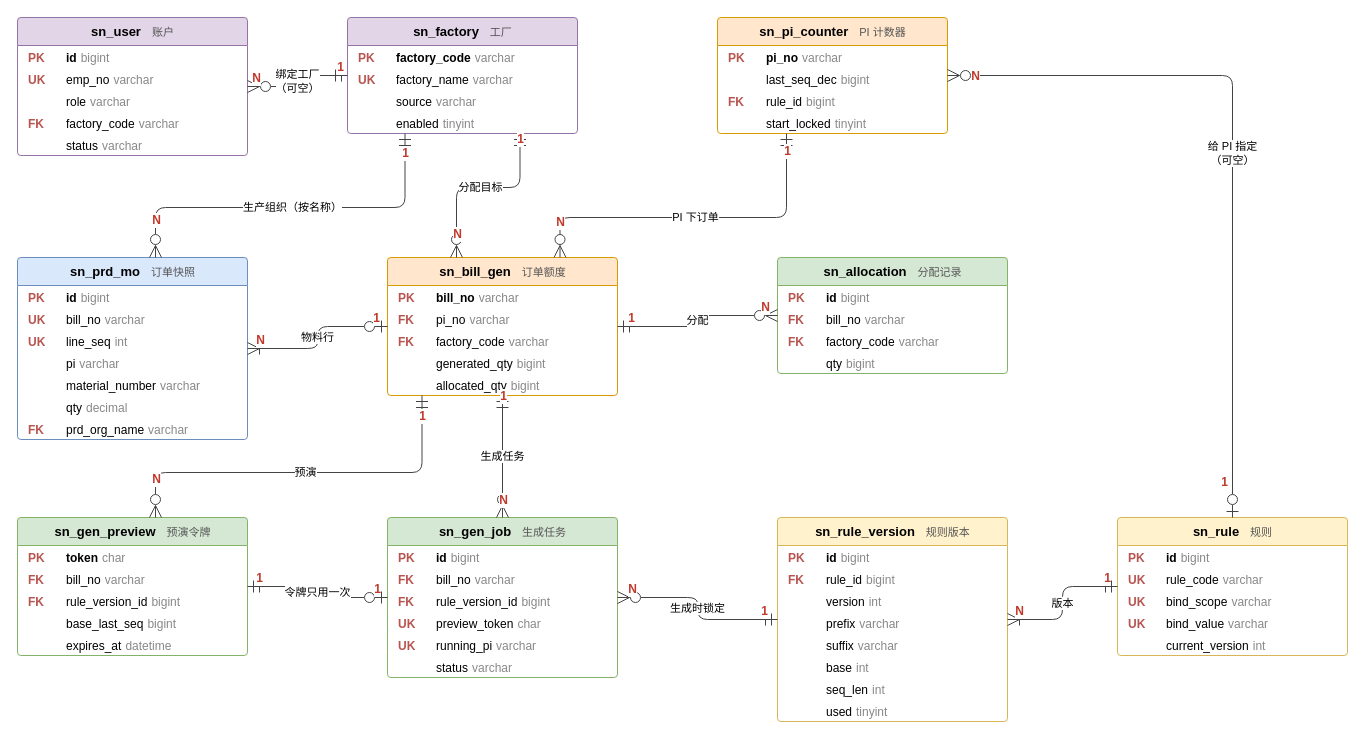
This is docs/images/系统技术方案/fig2-5-er-base.drawio from Createsnow/sn-center, a draw.io file, before an edit. Source tidied: cells renumbered, new cells numbered last; positions are measured from the earlier drawing's top-left corner, leaving out a move shared by most shapes. Both pictures are drawn from the tidied source at 100%, with x=0, y=0 at pixel (17, 17).
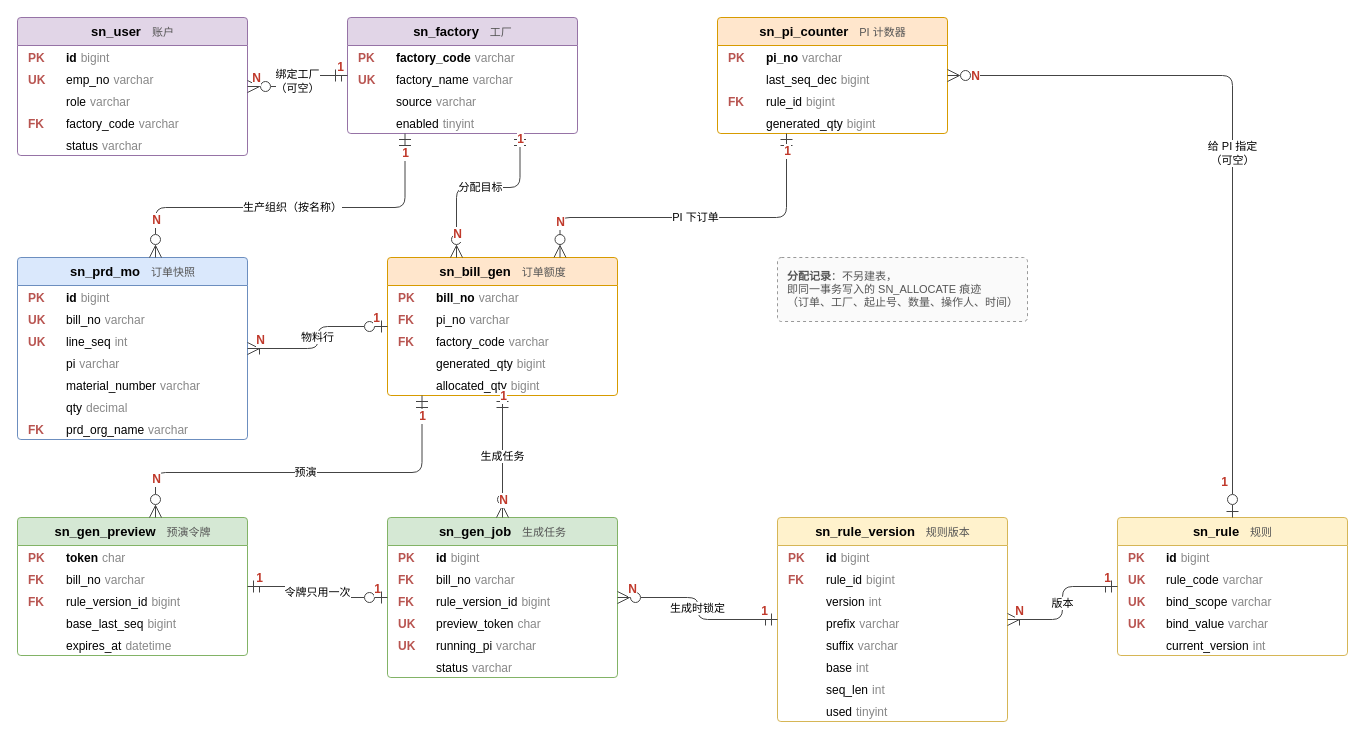
Above is the later version.

Unchanged cells that the change refers to:
```xml
<mxCell id="13" value="&lt;b&gt;sn_pi_counter&lt;/b&gt;&lt;font color=&quot;#555555&quot; style=&quot;font-size:11px&quot;&gt;　PI 计数器&lt;/font&gt;" style="swimlane;fontStyle=0;horizontal=1;startSize=28;html=1;fillColor=#ffe6cc;strokeColor=#d79b00;swimlaneFillColor=#ffffff;rounded=1;arcSize=4;fontSize=13;fontFamily=Microsoft YaHei,PingFang SC,Helvetica,Arial,WenQuanYi Zen Hei,sans-serif;" parent="1" vertex="1">
  <mxGeometry x="700" width="230" height="116" as="geometry" />
</mxCell>
<mxCell id="26" value="&lt;b&gt;sn_bill_gen&lt;/b&gt;&lt;font color=&quot;#555555&quot; style=&quot;font-size:11px&quot;&gt;　订单额度&lt;/font&gt;" style="swimlane;fontStyle=0;horizontal=1;startSize=28;html=1;fillColor=#ffe6cc;strokeColor=#d79b00;swimlaneFillColor=#ffffff;rounded=1;arcSize=4;fontSize=13;fontFamily=Microsoft YaHei,PingFang SC,Helvetica,Arial,WenQuanYi Zen Hei,sans-serif;" parent="1" vertex="1">
  <mxGeometry x="370" y="240" width="230" height="138" as="geometry" />
</mxCell>
```

What changed in the source:
```diff
@@
-    <mxCell id="17" value="&lt;table style=&quot;width:100%;font-size:12px&quot;&gt;&lt;tr&gt;&lt;td style=&quot;width:34px&quot;&gt;&lt;/td&gt;&lt;td&gt;start_locked&lt;/td&gt;&lt;td style=&quot;text-align:right;color:#888888&quot;&gt;tinyint&lt;/td&gt;&lt;/tr&gt;&lt;/table&gt;" style="text;html=1;strokeColor=none;fillColor=none;align=left;verticalAlign=middle;spacingLeft=6;spacingRight=6;overflow=hidden;fontSize=12;fontFamily=Microsoft YaHei,PingFang SC,Helvetica,Arial,WenQuanYi Zen Hei,sans-serif;" parent="13" vertex="1">
+    <mxCell id="17" value="&lt;table style=&quot;width:100%;font-size:12px&quot;&gt;&lt;tr&gt;&lt;td style=&quot;width:34px&quot;&gt;&lt;/td&gt;&lt;td&gt;generated_qty&lt;/td&gt;&lt;td style=&quot;text-align:right;color:#888888&quot;&gt;bigint&lt;/td&gt;&lt;/tr&gt;&lt;/table&gt;" style="text;html=1;strokeColor=none;fillColor=none;align=left;verticalAlign=middle;spacingLeft=6;spacingRight=6;overflow=hidden;fontSize=12;fontFamily=Microsoft YaHei,PingFang SC,Helvetica,Arial,WenQuanYi Zen Hei,sans-serif;" parent="13" vertex="1">
       <mxGeometry y="94" width="230" height="22" as="geometry" />
     </mxCell>
@@
-    <mxCell id="32" value="&lt;b&gt;sn_allocation&lt;/b&gt;&lt;font color=&quot;#555555&quot; style=&quot;font-size:11px&quot;&gt;　分配记录&lt;/font&gt;" style="swimlane;fontStyle=0;horizontal=1;startSize=28;html=1;fillColor=#d5e8d4;strokeColor=#82b366;swimlaneFillColor=#ffffff;rounded=1;arcSize=4;fontSize=13;fontFamily=Microsoft YaHei,PingFang SC,Helvetica,Arial,WenQuanYi Zen Hei,sans-serif;" parent="1" vertex="1">
-      <mxGeometry x="760" y="240" width="230" height="116" as="geometry" />
+    <mxCell id="32" value="&lt;b&gt;分配记录&lt;/b&gt;：不另建表，&lt;br&gt;即同一事务写入的 SN_ALLOCATE 痕迹&lt;br&gt;（订单、工厂、起止号、数量、操作人、时间）" style="text;html=1;strokeColor=#999999;dashed=1;fillColor=#fafafa;rounded=1;arcSize=6;align=left;verticalAlign=middle;spacingLeft=8;fontSize=11;fontColor=#555555;fontFamily=Microsoft YaHei,PingFang SC,Helvetica,Arial,WenQuanYi Zen Hei,sans-serif;whiteSpace=wrap;" parent="1" vertex="1">
+      <mxGeometry x="760" y="240" width="250" height="64" as="geometry" />
     </mxCell>
-    <mxCell id="33" value="&lt;table style=&quot;width:100%;font-size:12px&quot;&gt;&lt;tr&gt;&lt;td style=&quot;width:34px&quot;&gt;&lt;font color=&quot;#b85450&quot;&gt;&lt;b&gt;PK&lt;/b&gt;&lt;/font&gt;&lt;/td&gt;&lt;td&gt;&lt;b&gt;id&lt;/b&gt;&lt;/td&gt;&lt;td style=&quot;text-align:right;color:#888888&quot;&gt;bigint&lt;/td&gt;&lt;/tr&gt;&lt;/table&gt;" style="text;html=1;strokeColor=none;fillColor=none;align=left;verticalAlign=middle;spacingLeft=6;spacingRight=6;overflow=hidden;fontSize=12;fontFamily=Microsoft YaHei,PingFang SC,Helvetica,Arial,WenQuanYi Zen Hei,sans-serif;" parent="32" vertex="1">
-      <mxGeometry y="28" width="230" height="22" as="geometry" />
-    </mxCell>
-    <mxCell id="34" value="&lt;table style=&quot;width:100%;font-size:12px&quot;&gt;&lt;tr&gt;&lt;td style=&quot;width:34px&quot;&gt;&lt;font color=&quot;#b85450&quot;&gt;&lt;b&gt;FK&lt;/b&gt;&lt;/font&gt;&lt;/td&gt;&lt;td&gt;bill_no&lt;/td&gt;&lt;td style=&quot;text-align:right;color:#888888&quot;&gt;varchar&lt;/td&gt;&lt;/tr&gt;&lt;/table&gt;" style="text;html=1;strokeColor=none;fillColor=none;align=left;verticalAlign=middle;spacingLeft=6;spacingRight=6;overflow=hidden;fontSize=12;fontFamily=Microsoft YaHei,PingFang SC,Helvetica,Arial,WenQuanYi Zen Hei,sans-serif;" parent="32" vertex="1">
-      <mxGeometry y="50" width="230" height="22" as="geometry" />
-    </mxCell>
-    <mxCell id="35" value="&lt;table style=&quot;width:100%;font-size:12px&quot;&gt;&lt;tr&gt;&lt;td style=&quot;width:34px&quot;&gt;&lt;font color=&quot;#b85450&quot;&gt;&lt;b&gt;FK&lt;/b&gt;&lt;/font&gt;&lt;/td&gt;&lt;td&gt;factory_code&lt;/td&gt;&lt;td style=&quot;text-align:right;color:#888888&quot;&gt;varchar&lt;/td&gt;&lt;/tr&gt;&lt;/table&gt;" style="text;html=1;strokeColor=none;fillColor=none;align=left;verticalAlign=middle;spacingLeft=6;spacingRight=6;overflow=hidden;fontSize=12;fontFamily=Microsoft YaHei,PingFang SC,Helvetica,Arial,WenQuanYi Zen Hei,sans-serif;" parent="32" vertex="1">
-      <mxGeometry y="72" width="230" height="22" as="geometry" />
-    </mxCell>
-    <mxCell id="36" value="&lt;table style=&quot;width:100%;font-size:12px&quot;&gt;&lt;tr&gt;&lt;td style=&quot;width:34px&quot;&gt;&lt;/td&gt;&lt;td&gt;qty&lt;/td&gt;&lt;td style=&quot;text-align:right;color:#888888&quot;&gt;bigint&lt;/td&gt;&lt;/tr&gt;&lt;/table&gt;" style="text;html=1;strokeColor=none;fillColor=none;align=left;verticalAlign=middle;spacingLeft=6;spacingRight=6;overflow=hidden;fontSize=12;fontFamily=Microsoft YaHei,PingFang SC,Helvetica,Arial,WenQuanYi Zen Hei,sans-serif;" parent="32" vertex="1">
-      <mxGeometry y="94" width="230" height="22" as="geometry" />
-    </mxCell>
@@
-    <mxCell id="80" value="分配" style="edgeStyle=orthogonalEdgeStyle;rounded=1;html=1;strokeColor=#444444;fontSize=11;labelBackgroundColor=#ffffff;fontFamily=Microsoft YaHei,PingFang SC,Helvetica,Arial,WenQuanYi Zen Hei,sans-serif;exitX=1;exitY=0.5;exitDx=0;exitDy=0;entryX=0;entryY=0.5;entryDx=0;entryDy=0;startArrow=ERmandOne;endArrow=ERzeroToMany;startFill=0;endFill=0;startSize=10;endSize=10;" parent="1" edge="1" source="26" target="32">
-      <mxGeometry relative="1" as="geometry" />
-    </mxCell>
-    <mxCell id="81" value="1" style="edgeLabel;html=1;align=center;verticalAlign=middle;fontSize=12;fontColor=#c0392b;fontStyle=1;labelBackgroundColor=#ffffff;fontFamily=Microsoft YaHei,PingFang SC,Helvetica,Arial,WenQuanYi Zen Hei,sans-serif;" parent="80" vertex="1">
-      <mxGeometry x="-0.85" relative="1" as="geometry">
-        <mxPoint y="-9" as="offset" />
-      </mxGeometry>
-    </mxCell>
-    <mxCell id="82" value="N" style="edgeLabel;html=1;align=center;verticalAlign=middle;fontSize=12;fontColor=#c0392b;fontStyle=1;labelBackgroundColor=#ffffff;fontFamily=Microsoft YaHei,PingFang SC,Helvetica,Arial,WenQuanYi Zen Hei,sans-serif;" parent="80" vertex="1">
-      <mxGeometry x="0.85" relative="1" as="geometry">
-        <mxPoint y="-9" as="offset" />
-      </mxGeometry>
-    </mxCell>
```
